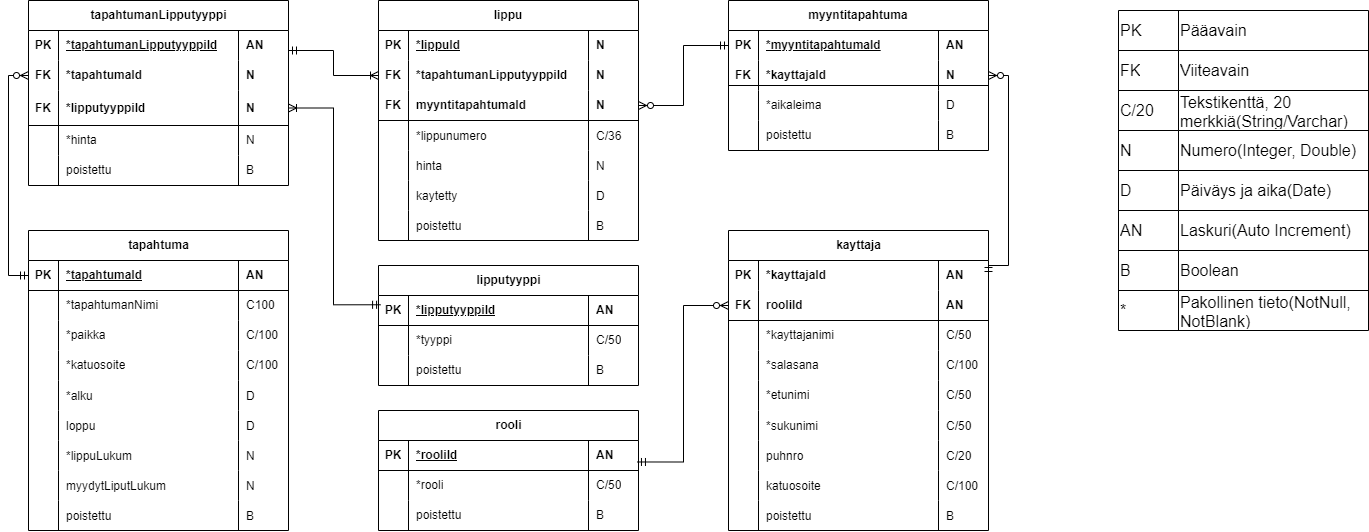
Above: Dokumentit/Kaaviot/tietokantakaavio.png in vilp91/Lipunmyyntijarjestelma (draw.io), before the change. Source tidied: cells renumbered, new cells last; positions are measured from the earlier drawing's top-left corner, leaving out a move shared by most shapes.
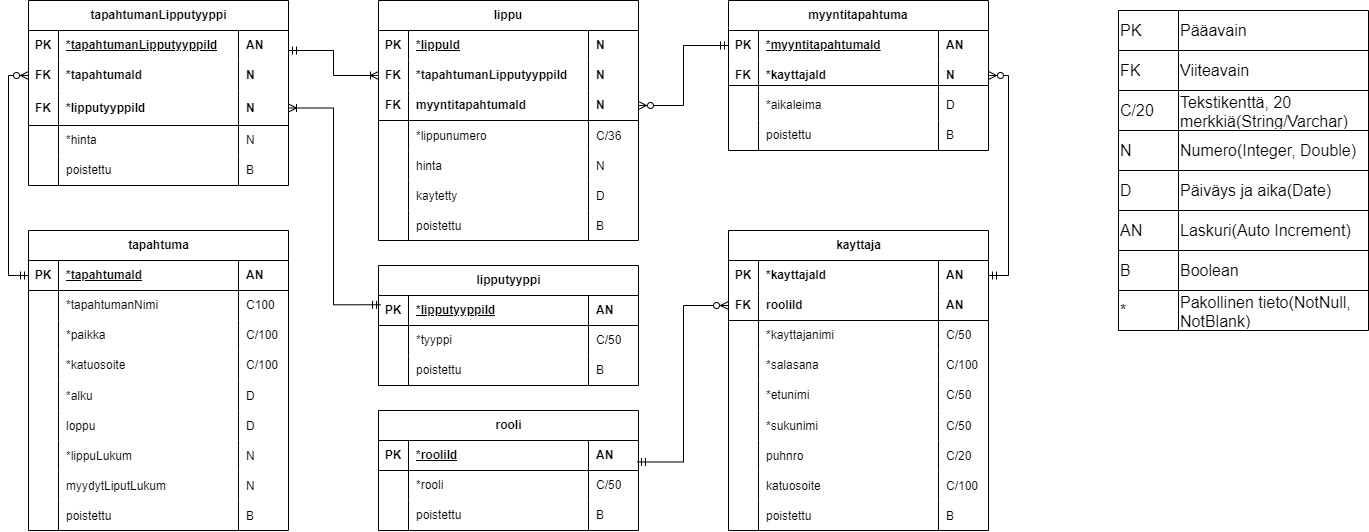
The same diagram one commit later.

Commit message:
Tietokantakaavio - pieni korjaus viivan päätekohtaan

The edit, as a diff of the source:
```diff
@@ -541,10 +541,10 @@
     <mxCell id="180" value="Pakollinen tieto(NotNull, NotBlank)" style="shape=partialRectangle;html=1;whiteSpace=wrap;strokeColor=inherit;overflow=hidden;fillColor=none;top=0;left=0;bottom=0;right=0;fontSize=16;align=left;" parent="178" vertex="1">
       <mxGeometry x="60" width="190" height="40" as="geometry" />
     </mxCell>
-    <mxCell id="181" style="edgeStyle=orthogonalEdgeStyle;fontSize=12;html=1;endArrow=ERzeroToMany;startArrow=ERmandOne;rounded=0;exitX=1;exitY=0.5;exitDx=0;exitDy=0;entryX=1;entryY=0.5;entryDx=0;entryDy=0;" parent="1" edge="1" source="103" target="188">
+    <mxCell id="181" style="edgeStyle=orthogonalEdgeStyle;fontSize=12;html=1;endArrow=ERzeroToMany;startArrow=ERmandOne;rounded=0;entryX=1;entryY=0.5;entryDx=0;entryDy=0;exitX=1;exitY=0.5;exitDx=0;exitDy=0;" parent="1" edge="1" source="103" target="188">
       <mxGeometry relative="1" as="geometry">
         <Array as="points">
-          <mxPoint x="1000" y="265" />
+          <mxPoint x="1000" y="275" />
           <mxPoint x="1000" y="75" />
         </Array>
       </mxGeometry>
```
